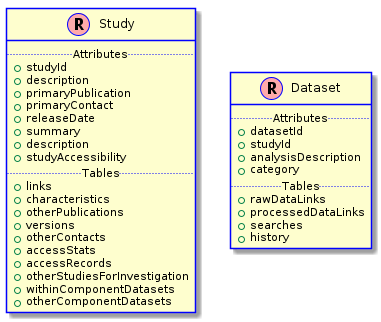
The PlantUML diagram project_planning/images/pp_wdk_study.png in jbrestel/org-docs, before a commit. Source of this version:
```plantuml
@startuml
class Study << (R,#FFAAAA) >> #line:blue; {
  .. Attributes ..
  + studyId
  + description
  + primaryPublication
  + primaryContact
  + releaseDate
  + summary
  + description
  + studyAccessibility
  .. Tables ..
  + links
  + characteristics
  + otherPublications
  + versions
  + otherContacts
  + accessStats
  + accessRecords
  + otherStudiesForInvestigation
  + withinComponentDatasets
  + otherComponentDatasets
}

class Dataset << (R,#FFAAAA) >> #line:blue; {
  .. Attributes ..
  + datasetId
  + studyId
  + analysisDescription
  + category
  .. Tables ..
  + rawDataLinks
  + processedDataLinks
  + searches
  + history
}

@enduml
```
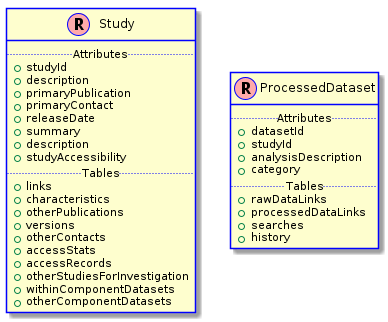
After the change.

Change to the diagram source:
```diff
@@ -22,7 +22,7 @@
   + otherComponentDatasets
 }
 
-class Dataset << (R,#FFAAAA) >> #line:blue; {
+class ProcessedDataset << (R,#FFAAAA) >> #line:blue; {
   .. Attributes ..
   + datasetId
   + studyId
```
